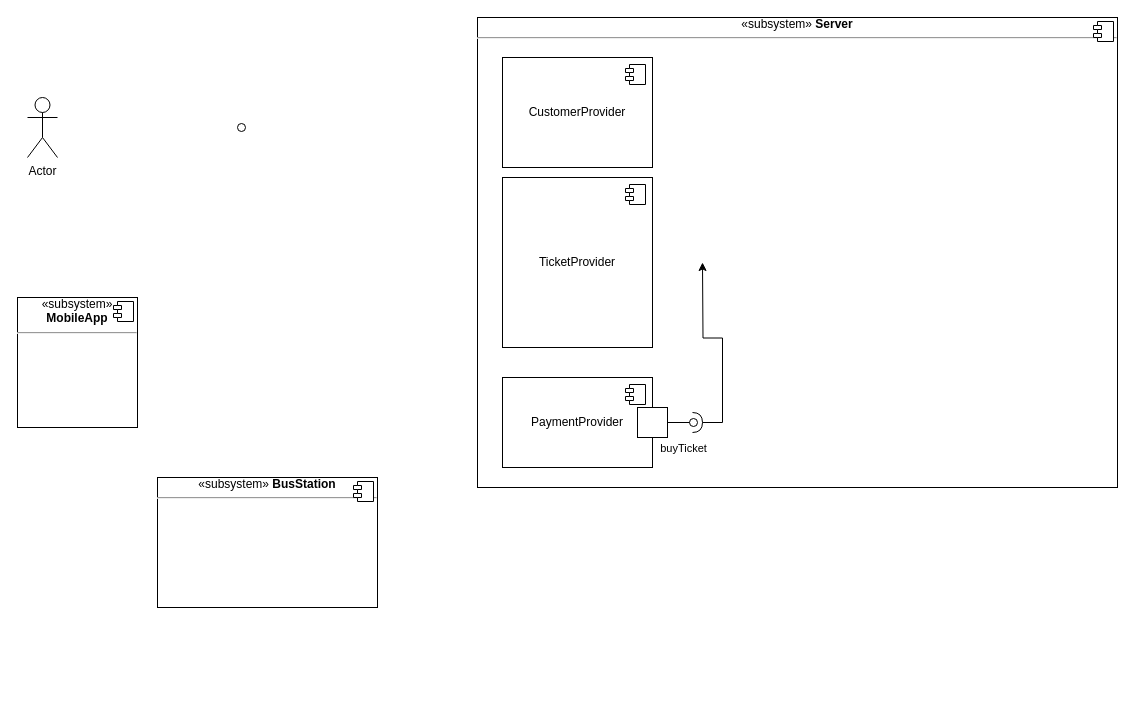
The draw.io diagram seminar4/TicketBus.drawio in Chesnokov-Mikhail/Software_architecture, before the edit. Source tidied: cells renumbered, new cells numbered last; positions are measured from the earlier drawing's top-left corner, leaving out a move shared by most shapes. Both pictures are drawn from the tidied source at 100%, with x=0, y=0 at pixel (17, 17).
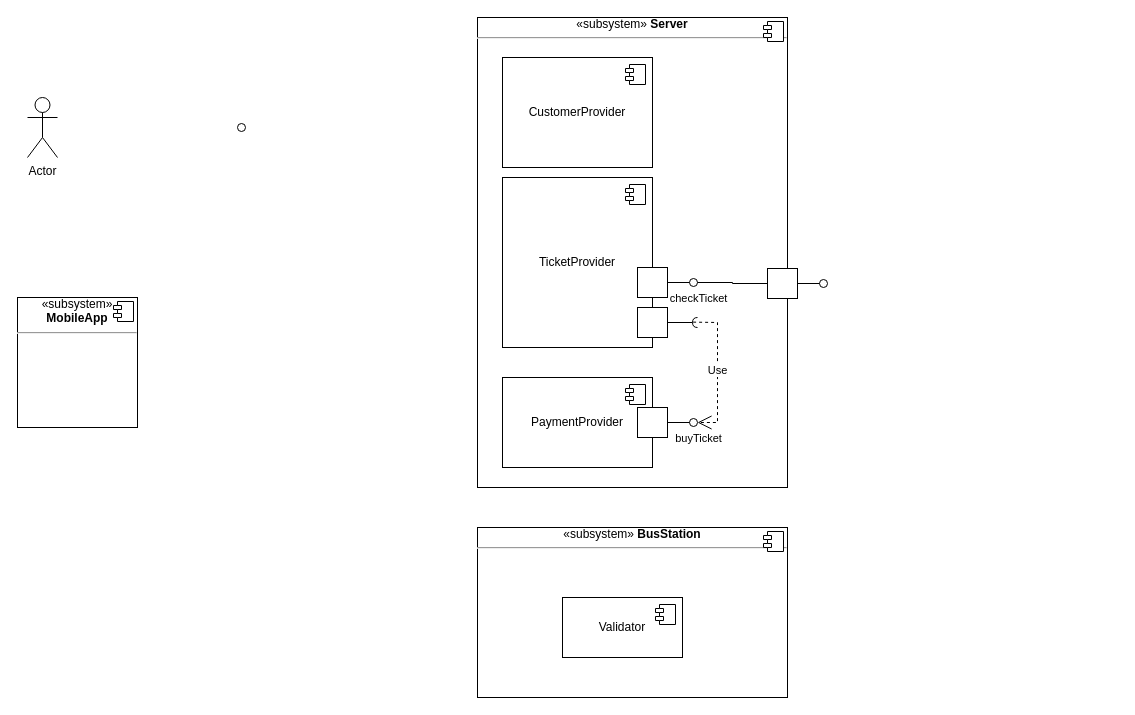
After the change.

Unchanged cells that the change refers to:
```xml
<mxCell id="21" style="endArrow=none;html=1;rounded=0;align=center;verticalAlign=top;endFill=0;labelBackgroundColor=none;endSize=2;" parent="1" edge="1" source="20" target="23">
  <mxGeometry relative="1" as="geometry" />
</mxCell>
<mxCell id="23" style="ellipse;html=1;fontSize=11;align=center;fillColor=none;points=[];verticalAlign=bottom;labelPosition=center;verticalLabelPosition=top;flipH=1;" parent="1" vertex="1">
  <mxGeometry x="672" y="401" width="8" height="8" as="geometry" />
</mxCell>
```

Change to the diagram source:
```diff
@@
+    <mxCell id="5" value="&lt;div style=&quot;text-align: center;&quot;&gt;&lt;span style=&quot;background-color: initial;&quot;&gt;«subsystem»&amp;nbsp;&lt;/span&gt;&lt;b style=&quot;background-color: initial;&quot;&gt;BusStation&lt;/b&gt;&lt;/div&gt;&lt;hr style=&quot;text-align: center;&quot;&gt;&lt;p style=&quot;margin:0px;margin-left:8px;&quot;&gt;&lt;br&gt;&lt;/p&gt;" style="align=left;overflow=fill;html=1;whiteSpace=wrap;" parent="1" vertex="1">
+      <mxGeometry x="460" y="510" width="310" height="170" as="geometry" />
+    </mxCell>
+    <mxCell id="6" style="shape=component;jettyWidth=8;jettyHeight=4;" parent="5" vertex="1">
+      <mxGeometry x="1" width="20" height="20" relative="1" as="geometry">
+        <mxPoint x="-24" y="4" as="offset" />
+      </mxGeometry>
+    </mxCell>
     <mxCell id="2" value="&lt;div style=&quot;text-align: center;&quot;&gt;&lt;span style=&quot;background-color: initial;&quot;&gt;«subsystem»&amp;nbsp;&lt;/span&gt;&lt;b style=&quot;background-color: initial;&quot;&gt;Server&lt;/b&gt;&lt;/div&gt;&lt;hr style=&quot;text-align: center;&quot;&gt;&lt;p style=&quot;margin:0px;margin-left:8px;&quot;&gt;&lt;br&gt;&lt;/p&gt;" style="align=left;overflow=fill;html=1;whiteSpace=wrap;" parent="1" vertex="1">
-      <mxGeometry x="460" width="640" height="470" as="geometry" />
+      <mxGeometry x="460" width="310" height="470" as="geometry" />
     </mxCell>
@@
-    <mxCell id="5" value="&lt;div style=&quot;text-align: center;&quot;&gt;&lt;span style=&quot;background-color: initial;&quot;&gt;«subsystem»&amp;nbsp;&lt;/span&gt;&lt;b style=&quot;background-color: initial;&quot;&gt;BusStation&lt;/b&gt;&lt;/div&gt;&lt;hr style=&quot;text-align: center;&quot;&gt;&lt;p style=&quot;margin:0px;margin-left:8px;&quot;&gt;&lt;br&gt;&lt;/p&gt;" style="align=left;overflow=fill;html=1;whiteSpace=wrap;" parent="1" vertex="1">
-      <mxGeometry x="140" y="460" width="220" height="130" as="geometry" />
-    </mxCell>
-    <mxCell id="6" style="shape=component;jettyWidth=8;jettyHeight=4;" parent="5" vertex="1">
-      <mxGeometry x="1" width="20" height="20" relative="1" as="geometry">
-        <mxPoint x="-24" y="4" as="offset" />
-      </mxGeometry>
-    </mxCell>
@@
     <mxCell id="22" value="buyTicket" style="edgeLabel;html=1;align=center;verticalAlign=middle;" parent="21" vertex="1">
       <mxGeometry x="0.06" y="4" relative="1" as="geometry">
-        <mxPoint x="3" y="29" as="offset" />
+        <mxPoint x="18" y="19" as="offset" />
       </mxGeometry>
     </mxCell>
@@
-    <mxCell id="24" style="edgeStyle=orthogonalEdgeStyle;rounded=0;jettySize=auto;html=1;exitX=1;exitY=0.5;exitDx=0;exitDy=0;exitPerimeter=0;" parent="1" edge="1" source="25">
-      <mxGeometry relative="1" as="geometry">
-        <mxPoint x="685" y="245" as="targetPoint" />
-      </mxGeometry>
-    </mxCell>
-    <mxCell id="25" style="shape=requiredInterface;html=1;verticalLabelPosition=bottom;sketch=0;" parent="1" vertex="1">
-      <mxGeometry x="675" y="395" width="10" height="20" as="geometry" />
-    </mxCell>
+    <mxCell id="26" value="Use" style="endArrow=open;endSize=12;dashed=1;html=1;rounded=0;exitX=0.881;exitY=0.463;exitDx=0;exitDy=0;exitPerimeter=0;" parent="1" edge="1" source="29" target="23">
+      <mxGeometry relative="1" as="geometry">
+        <Array as="points">
+          <mxPoint x="700" y="305" />
+          <mxPoint x="700" y="310" />
+          <mxPoint x="700" y="405" />
+        </Array>
+      </mxGeometry>
+    </mxCell>
+    <mxCell id="27" style="html=1;rounded=0;" parent="1" vertex="1">
+      <mxGeometry x="620" y="290" width="30" height="30" as="geometry" />
+    </mxCell>
+    <mxCell id="28" style="endArrow=none;html=1;rounded=0;align=center;verticalAlign=top;endFill=0;labelBackgroundColor=none;endSize=2;" parent="1" edge="1" source="27" target="29">
+      <mxGeometry relative="1" as="geometry" />
+    </mxCell>
+    <mxCell id="29" style="shape=requiredInterface;html=1;fontSize=11;align=center;fillColor=none;points=[];verticalAlign=bottom;labelPosition=center;verticalLabelPosition=top;flipH=1;" parent="1" vertex="1">
+      <mxGeometry x="675" y="300" width="5" height="10" as="geometry" />
+    </mxCell>
+    <mxCell id="30" style="html=1;rounded=0;" parent="1" vertex="1">
+      <mxGeometry x="620" y="250" width="30" height="30" as="geometry" />
+    </mxCell>
+    <mxCell id="31" style="endArrow=none;html=1;rounded=0;align=center;verticalAlign=top;endFill=0;labelBackgroundColor=none;endSize=2;" parent="1" edge="1" source="30" target="34">
+      <mxGeometry relative="1" as="geometry" />
+    </mxCell>
+    <mxCell id="32" value="checkTicket" style="edgeLabel;html=1;align=center;verticalAlign=middle;" parent="31" vertex="1">
+      <mxGeometry x="-0.37" y="-5" relative="1" as="geometry">
+        <mxPoint x="23" y="10" as="offset" />
+      </mxGeometry>
+    </mxCell>
+    <mxCell id="33" style="edgeStyle=orthogonalEdgeStyle;rounded=0;jettySize=auto;html=1;entryX=0;entryY=0.5;entryDx=0;entryDy=0;endArrow=none;endFill=0;" parent="1" edge="1" source="34" target="35">
+      <mxGeometry relative="1" as="geometry" />
+    </mxCell>
+    <mxCell id="34" style="ellipse;html=1;fontSize=11;align=center;fillColor=none;points=[];verticalAlign=bottom;labelPosition=center;verticalLabelPosition=top;flipH=1;" parent="1" vertex="1">
+      <mxGeometry x="672" y="261" width="8" height="8" as="geometry" />
+    </mxCell>
+    <mxCell id="35" style="html=1;rounded=0;" parent="1" vertex="1">
+      <mxGeometry x="750" y="251" width="30" height="30" as="geometry" />
+    </mxCell>
+    <mxCell id="36" style="endArrow=none;html=1;rounded=0;align=center;verticalAlign=top;endFill=0;labelBackgroundColor=none;endSize=2;" parent="1" edge="1" source="35" target="37">
+      <mxGeometry relative="1" as="geometry" />
+    </mxCell>
+    <mxCell id="37" style="ellipse;html=1;fontSize=11;align=center;fillColor=none;points=[];verticalAlign=bottom;labelPosition=center;verticalLabelPosition=top;flipH=1;" parent="1" vertex="1">
+      <mxGeometry x="802" y="262" width="8" height="8" as="geometry" />
+    </mxCell>
+    <mxCell id="38" value="Validator" style="html=1;whiteSpace=wrap;" parent="1" vertex="1">
+      <mxGeometry x="545" y="580" width="120" height="60" as="geometry" />
+    </mxCell>
+    <mxCell id="39" style="shape=module;jettyWidth=8;jettyHeight=4;" parent="38" vertex="1">
+      <mxGeometry x="1" width="20" height="20" relative="1" as="geometry">
+        <mxPoint x="-27" y="7" as="offset" />
+      </mxGeometry>
+    </mxCell>
```
